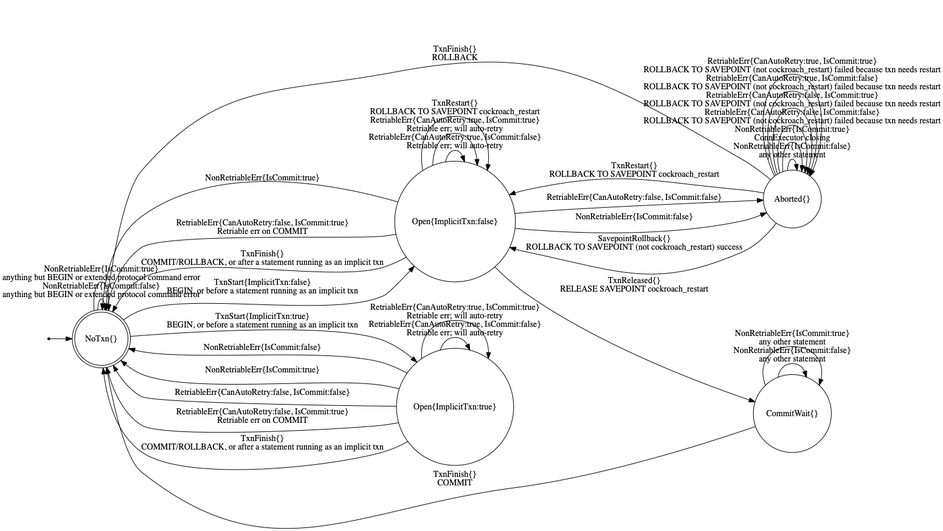
Above: pkg/sql/txnstatetransitions_diagram.png in cockroachdb/cockroach (Graphviz), before the change. Its source is kept beside it as pkg/sql/txnstatetransitions_diagram.gv. Its diagram source:
```dot

digraph finite_state_machine {
	rankdir=LR;

	node [shape = doublecircle]; "NoTxn{}";
	node [shape = point ]; qi
	qi -> "NoTxn{}";

	node [shape = circle];
	"Aborted{}" -> "Aborted{}" [label = <NonRetriableErr{IsCommit:false}<BR/><I>any other statement</I>>]
	"Aborted{}" -> "Aborted{}" [label = <NonRetriableErr{IsCommit:true}<BR/><I>ConnExecutor closing</I>>]
	"Aborted{}" -> "Aborted{}" [label = <RetriableErr{CanAutoRetry:false, IsCommit:false}<BR/><I>ROLLBACK TO SAVEPOINT (not cockroach_restart) failed because txn needs restart</I>>]
	"Aborted{}" -> "Aborted{}" [label = <RetriableErr{CanAutoRetry:false, IsCommit:true}<BR/><I>ROLLBACK TO SAVEPOINT (not cockroach_restart) failed because txn needs restart</I>>]
	"Aborted{}" -> "Aborted{}" [label = <RetriableErr{CanAutoRetry:true, IsCommit:false}<BR/><I>ROLLBACK TO SAVEPOINT (not cockroach_restart) failed because txn needs restart</I>>]
	"Aborted{}" -> "Aborted{}" [label = <RetriableErr{CanAutoRetry:true, IsCommit:true}<BR/><I>ROLLBACK TO SAVEPOINT (not cockroach_restart) failed because txn needs restart</I>>]
	"Aborted{}" -> "Open{ImplicitTxn:false}" [label = <SavepointRollback{}<BR/><I>ROLLBACK TO SAVEPOINT (not cockroach_restart) success</I>>]
	"Aborted{}" -> "NoTxn{}" [label = <TxnFinish{}<BR/><I>ROLLBACK</I>>]
	"Aborted{}" -> "Open{ImplicitTxn:false}" [label = <TxnRestart{}<BR/><I>ROLLBACK TO SAVEPOINT cockroach_restart</I>>]
	"CommitWait{}" -> "CommitWait{}" [label = <NonRetriableErr{IsCommit:false}<BR/><I>any other statement</I>>]
	"CommitWait{}" -> "CommitWait{}" [label = <NonRetriableErr{IsCommit:true}<BR/><I>any other statement</I>>]
	"CommitWait{}" -> "NoTxn{}" [label = <TxnFinish{}<BR/><I>COMMIT</I>>]
	"NoTxn{}" -> "NoTxn{}" [label = <NonRetriableErr{IsCommit:false}<BR/><I>anything but BEGIN or extended protocol command error</I>>]
	"NoTxn{}" -> "NoTxn{}" [label = <NonRetriableErr{IsCommit:true}<BR/><I>anything but BEGIN or extended protocol command error</I>>]
	"NoTxn{}" -> "Open{ImplicitTxn:false}" [label = <TxnStart{ImplicitTxn:false}<BR/><I>BEGIN, or before a statement running as an implicit txn</I>>]
	"NoTxn{}" -> "Open{ImplicitTxn:true}" [label = <TxnStart{ImplicitTxn:true}<BR/><I>BEGIN, or before a statement running as an implicit txn</I>>]
	"Open{ImplicitTxn:false}" -> "Aborted{}" [label = "NonRetriableErr{IsCommit:false}"]
	"Open{ImplicitTxn:false}" -> "NoTxn{}" [label = "NonRetriableErr{IsCommit:true}"]
	"Open{ImplicitTxn:false}" -> "Aborted{}" [label = "RetriableErr{CanAutoRetry:false, IsCommit:false}"]
	"Open{ImplicitTxn:false}" -> "NoTxn{}" [label = <RetriableErr{CanAutoRetry:false, IsCommit:true}<BR/><I>Retriable err on COMMIT</I>>]
	"Open{ImplicitTxn:false}" -> "Open{ImplicitTxn:false}" [label = <RetriableErr{CanAutoRetry:true, IsCommit:false}<BR/><I>Retriable err; will auto-retry</I>>]
	"Open{ImplicitTxn:false}" -> "Open{ImplicitTxn:false}" [label = <RetriableErr{CanAutoRetry:true, IsCommit:true}<BR/><I>Retriable err; will auto-retry</I>>]
	"Open{ImplicitTxn:false}" -> "NoTxn{}" [label = <TxnFinish{}<BR/><I>COMMIT/ROLLBACK, or after a statement running as an implicit txn</I>>]
	"Open{ImplicitTxn:false}" -> "CommitWait{}" [label = <TxnReleased{}<BR/><I>RELEASE SAVEPOINT cockroach_restart</I>>]
	"Open{ImplicitTxn:false}" -> "Open{ImplicitTxn:false}" [label = <TxnRestart{}<BR/><I>ROLLBACK TO SAVEPOINT cockroach_restart</I>>]
	"Open{ImplicitTxn:true}" -> "NoTxn{}" [label = "NonRetriableErr{IsCommit:false}"]
	"Open{ImplicitTxn:true}" -> "NoTxn{}" [label = "NonRetriableErr{IsCommit:true}"]
	"Open{ImplicitTxn:true}" -> "NoTxn{}" [label = "RetriableErr{CanAutoRetry:false, IsCommit:false}"]
	"Open{ImplicitTxn:true}" -> "NoTxn{}" [label = <RetriableErr{CanAutoRetry:false, IsCommit:true}<BR/><I>Retriable err on COMMIT</I>>]
	"Open{ImplicitTxn:true}" -> "Open{ImplicitTxn:true}" [label = <RetriableErr{CanAutoRetry:true, IsCommit:false}<BR/><I>Retriable err; will auto-retry</I>>]
	"Open{ImplicitTxn:true}" -> "Open{ImplicitTxn:true}" [label = <RetriableErr{CanAutoRetry:true, IsCommit:true}<BR/><I>Retriable err; will auto-retry</I>>]
	"Open{ImplicitTxn:true}" -> "NoTxn{}" [label = <TxnFinish{}<BR/><I>COMMIT/ROLLBACK, or after a statement running as an implicit txn</I>>]
}
```
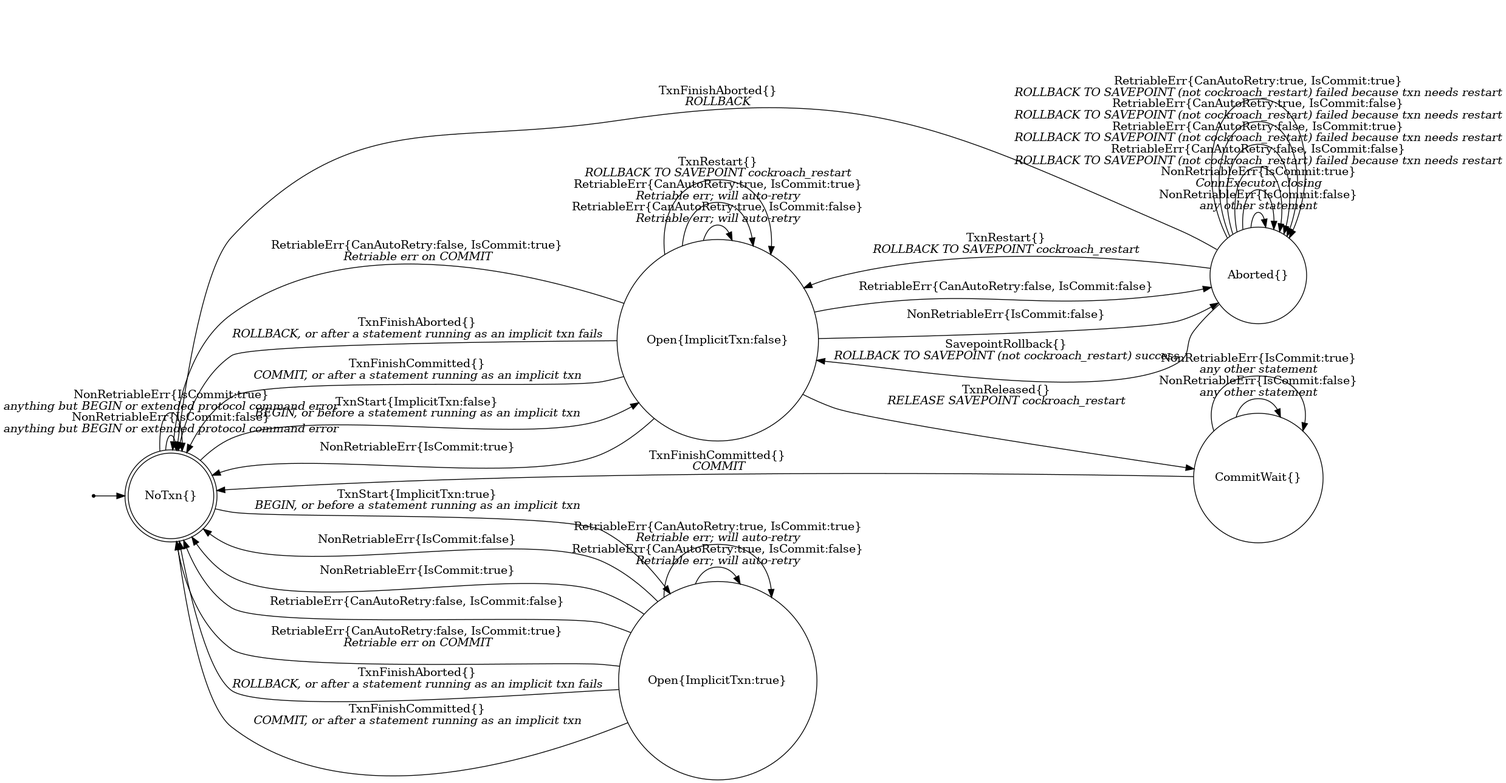
After the commit.

The edit, as a diff of the source:
```diff
@@ -14,11 +14,11 @@
 	"Aborted{}" -> "Aborted{}" [label = <RetriableErr{CanAutoRetry:true, IsCommit:false}<BR/><I>ROLLBACK TO SAVEPOINT (not cockroach_restart) failed because txn needs restart</I>>]
 	"Aborted{}" -> "Aborted{}" [label = <RetriableErr{CanAutoRetry:true, IsCommit:true}<BR/><I>ROLLBACK TO SAVEPOINT (not cockroach_restart) failed because txn needs restart</I>>]
 	"Aborted{}" -> "Open{ImplicitTxn:false}" [label = <SavepointRollback{}<BR/><I>ROLLBACK TO SAVEPOINT (not cockroach_restart) success</I>>]
-	"Aborted{}" -> "NoTxn{}" [label = <TxnFinish{}<BR/><I>ROLLBACK</I>>]
+	"Aborted{}" -> "NoTxn{}" [label = <TxnFinishAborted{}<BR/><I>ROLLBACK</I>>]
 	"Aborted{}" -> "Open{ImplicitTxn:false}" [label = <TxnRestart{}<BR/><I>ROLLBACK TO SAVEPOINT cockroach_restart</I>>]
 	"CommitWait{}" -> "CommitWait{}" [label = <NonRetriableErr{IsCommit:false}<BR/><I>any other statement</I>>]
 	"CommitWait{}" -> "CommitWait{}" [label = <NonRetriableErr{IsCommit:true}<BR/><I>any other statement</I>>]
-	"CommitWait{}" -> "NoTxn{}" [label = <TxnFinish{}<BR/><I>COMMIT</I>>]
+	"CommitWait{}" -> "NoTxn{}" [label = <TxnFinishCommitted{}<BR/><I>COMMIT</I>>]
 	"NoTxn{}" -> "NoTxn{}" [label = <NonRetriableErr{IsCommit:false}<BR/><I>anything but BEGIN or extended protocol command error</I>>]
 	"NoTxn{}" -> "NoTxn{}" [label = <NonRetriableErr{IsCommit:true}<BR/><I>anything but BEGIN or extended protocol command error</I>>]
 	"NoTxn{}" -> "Open{ImplicitTxn:false}" [label = <TxnStart{ImplicitTxn:false}<BR/><I>BEGIN, or before a statement running as an implicit txn</I>>]
@@ -29,7 +29,8 @@
 	"Open{ImplicitTxn:false}" -> "NoTxn{}" [label = <RetriableErr{CanAutoRetry:false, IsCommit:true}<BR/><I>Retriable err on COMMIT</I>>]
 	"Open{ImplicitTxn:false}" -> "Open{ImplicitTxn:false}" [label = <RetriableErr{CanAutoRetry:true, IsCommit:false}<BR/><I>Retriable err; will auto-retry</I>>]
 	"Open{ImplicitTxn:false}" -> "Open{ImplicitTxn:false}" [label = <RetriableErr{CanAutoRetry:true, IsCommit:true}<BR/><I>Retriable err; will auto-retry</I>>]
-	"Open{ImplicitTxn:false}" -> "NoTxn{}" [label = <TxnFinish{}<BR/><I>COMMIT/ROLLBACK, or after a statement running as an implicit txn</I>>]
+	"Open{ImplicitTxn:false}" -> "NoTxn{}" [label = <TxnFinishAborted{}<BR/><I>ROLLBACK, or after a statement running as an implicit txn fails</I>>]
+	"Open{ImplicitTxn:false}" -> "NoTxn{}" [label = <TxnFinishCommitted{}<BR/><I>COMMIT, or after a statement running as an implicit txn</I>>]
 	"Open{ImplicitTxn:false}" -> "CommitWait{}" [label = <TxnReleased{}<BR/><I>RELEASE SAVEPOINT cockroach_restart</I>>]
 	"Open{ImplicitTxn:false}" -> "Open{ImplicitTxn:false}" [label = <TxnRestart{}<BR/><I>ROLLBACK TO SAVEPOINT cockroach_restart</I>>]
 	"Open{ImplicitTxn:true}" -> "NoTxn{}" [label = "NonRetriableErr{IsCommit:false}"]
@@ -38,5 +39,6 @@
 	"Open{ImplicitTxn:true}" -> "NoTxn{}" [label = <RetriableErr{CanAutoRetry:false, IsCommit:true}<BR/><I>Retriable err on COMMIT</I>>]
 	"Open{ImplicitTxn:true}" -> "Open{ImplicitTxn:true}" [label = <RetriableErr{CanAutoRetry:true, IsCommit:false}<BR/><I>Retriable err; will auto-retry</I>>]
 	"Open{ImplicitTxn:true}" -> "Open{ImplicitTxn:true}" [label = <RetriableErr{CanAutoRetry:true, IsCommit:true}<BR/><I>Retriable err; will auto-retry</I>>]
-	"Open{ImplicitTxn:true}" -> "NoTxn{}" [label = <TxnFinish{}<BR/><I>COMMIT/ROLLBACK, or after a statement running as an implicit txn</I>>]
+	"Open{ImplicitTxn:true}" -> "NoTxn{}" [label = <TxnFinishAborted{}<BR/><I>ROLLBACK, or after a statement running as an implicit txn fails</I>>]
+	"Open{ImplicitTxn:true}" -> "NoTxn{}" [label = <TxnFinishCommitted{}<BR/><I>COMMIT, or after a statement running as an implicit txn</I>>]
 }
```
